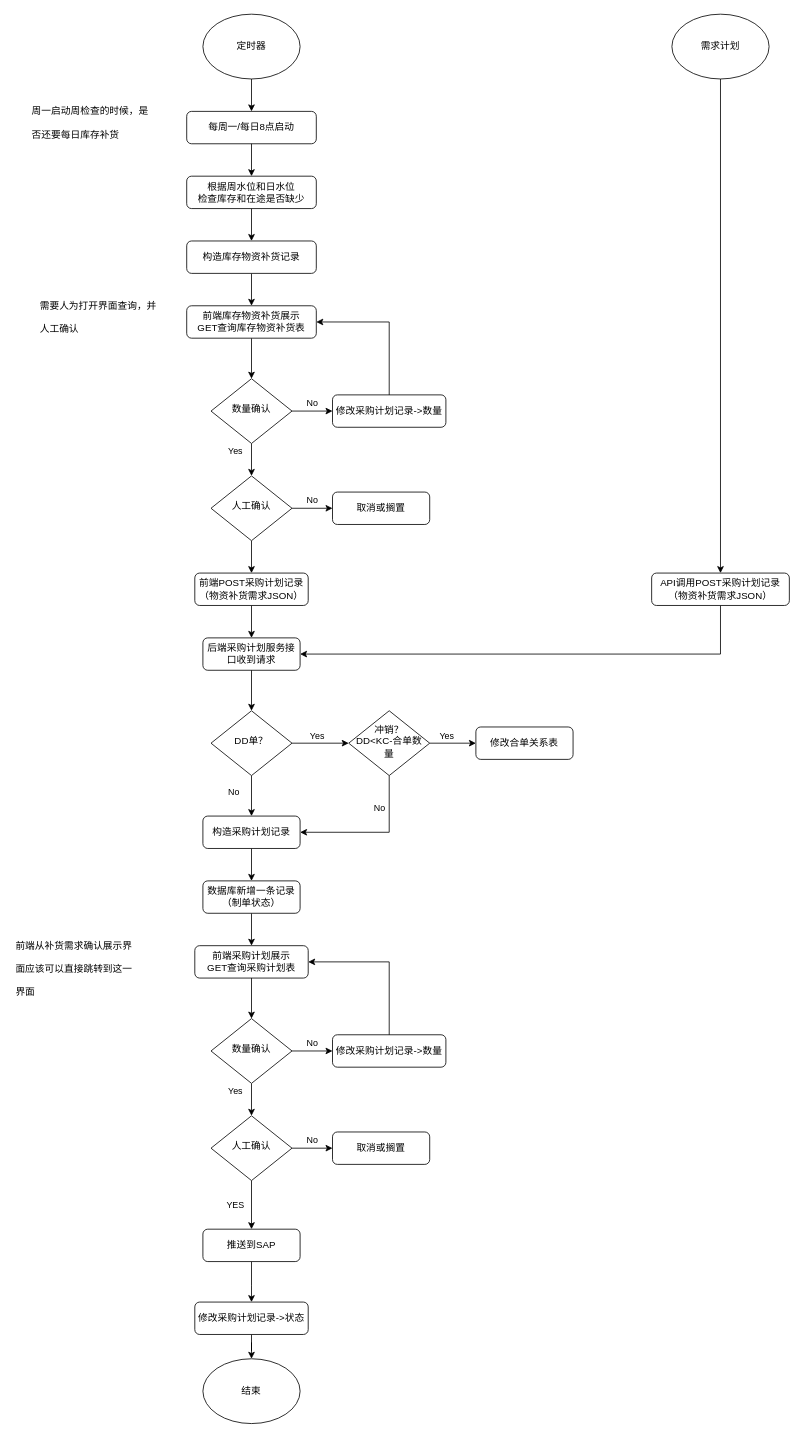
The draw.io diagram APS.drawio in CongMinYin/flow, before the edit. Source tidied: cells renumbered, new cells numbered last; positions are measured from the earlier drawing's top-left corner, leaving out a move shared by most shapes. Both pictures are drawn from the tidied source at 81%, with x=0, y=0 at pixel (14, 14).
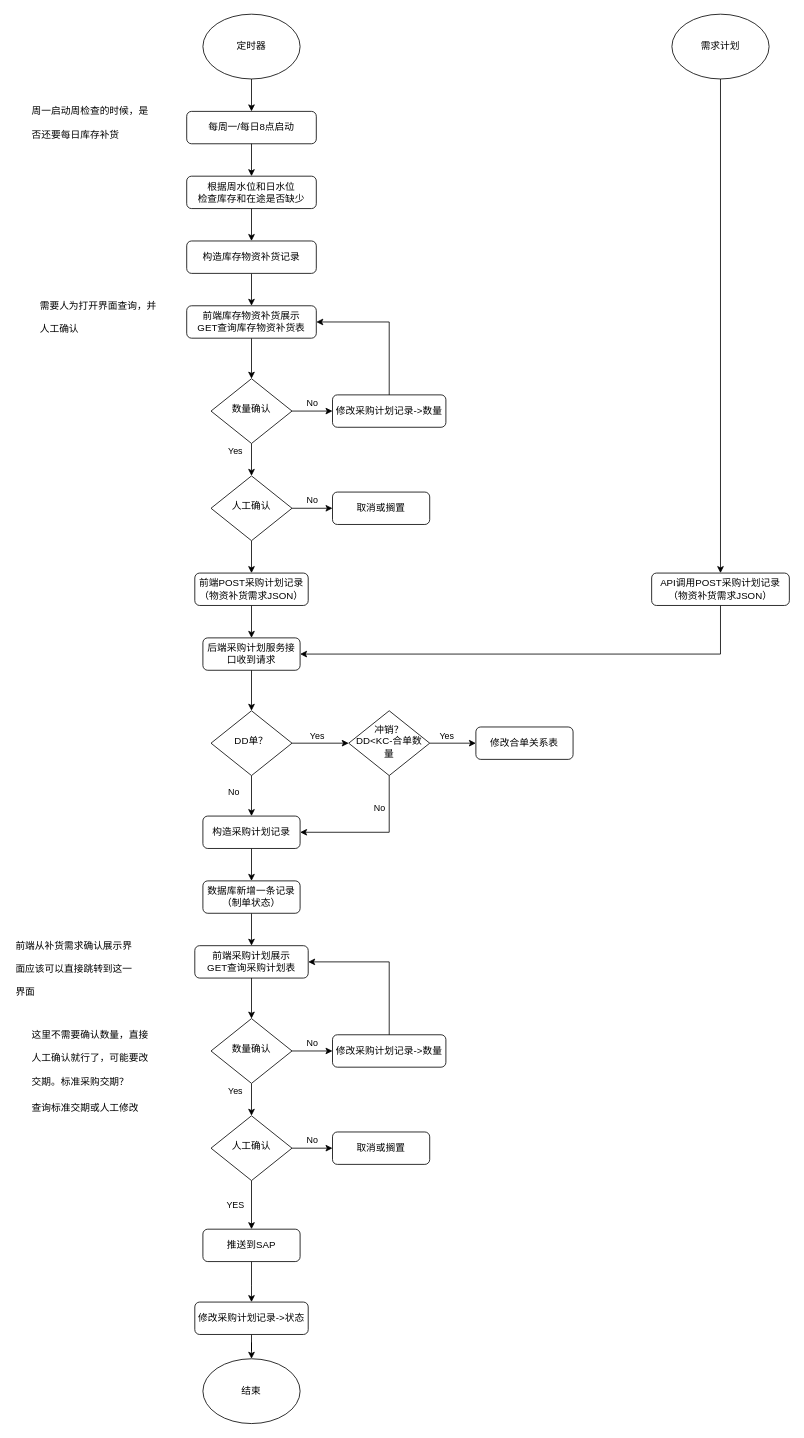
Above is the later version.

Change to the diagram source:
```diff
@@
+    <mxCell id="63" value="&lt;h1 style=&quot;margin-top: 0px;&quot;&gt;&lt;span style=&quot;font-size: 12px; font-weight: 400;&quot;&gt;这里不需要确认数量，直接人工确认就行了，可能要改交期。标准采购交期？&lt;/span&gt;&lt;/h1&gt;&lt;div&gt;查询标准交期或人工修改&lt;/div&gt;" style="text;html=1;whiteSpace=wrap;overflow=hidden;rounded=0;" parent="1" vertex="1">
+      <mxGeometry x="20" y="1235" width="150" height="165" as="geometry" />
+    </mxCell>
```
